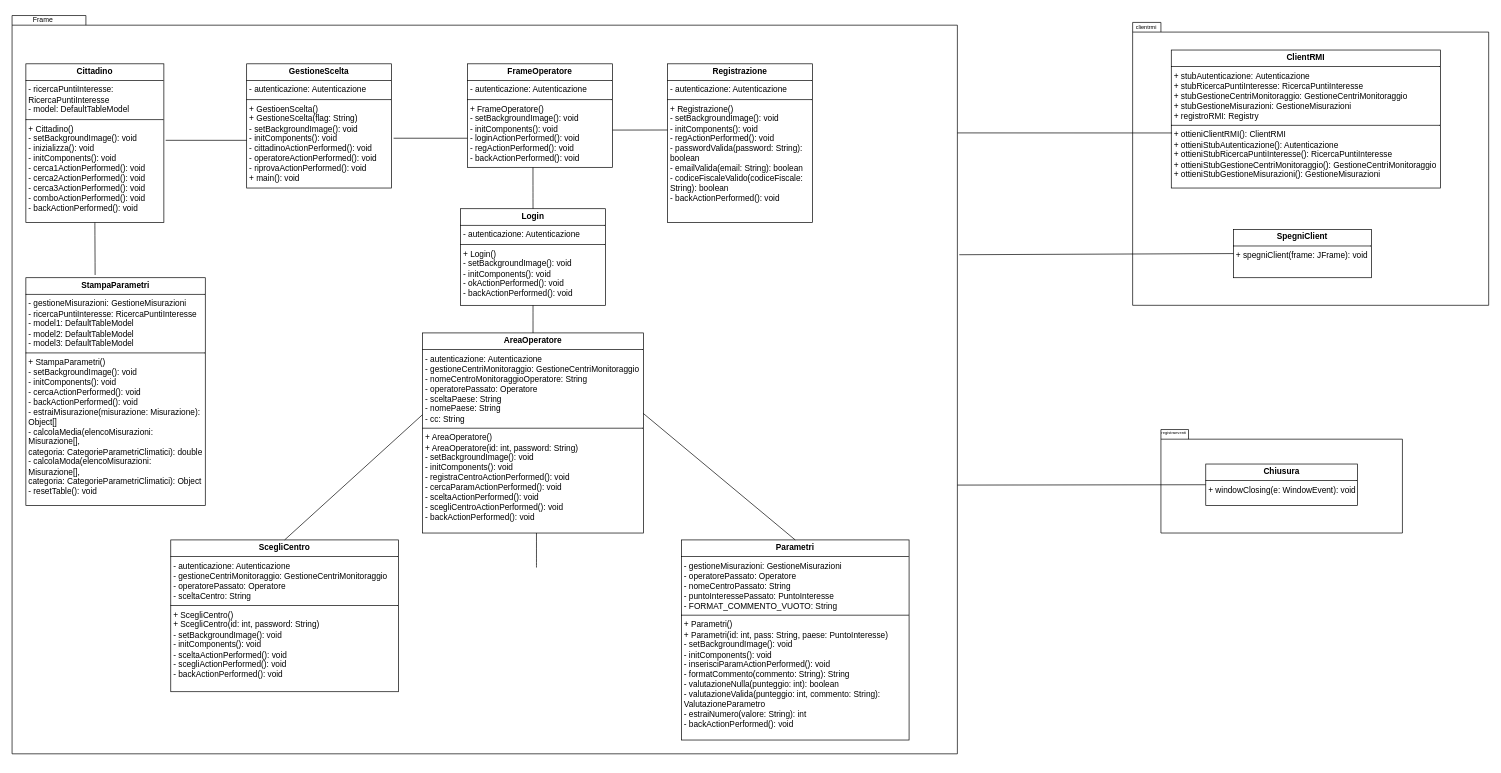
riccardomassini/ClimateMonitoring keeps this draw.io diagram as doc/UML/client/class_diagram_completo.drawio. Above is the earlier version. Source tidied: cells renumbered, new cells numbered last; positions are measured from the earlier drawing's top-left corner, leaving out a move shared by most shapes. Both pictures are drawn from the tidied source at 69%, with x=0, y=0 at pixel (12, 12).
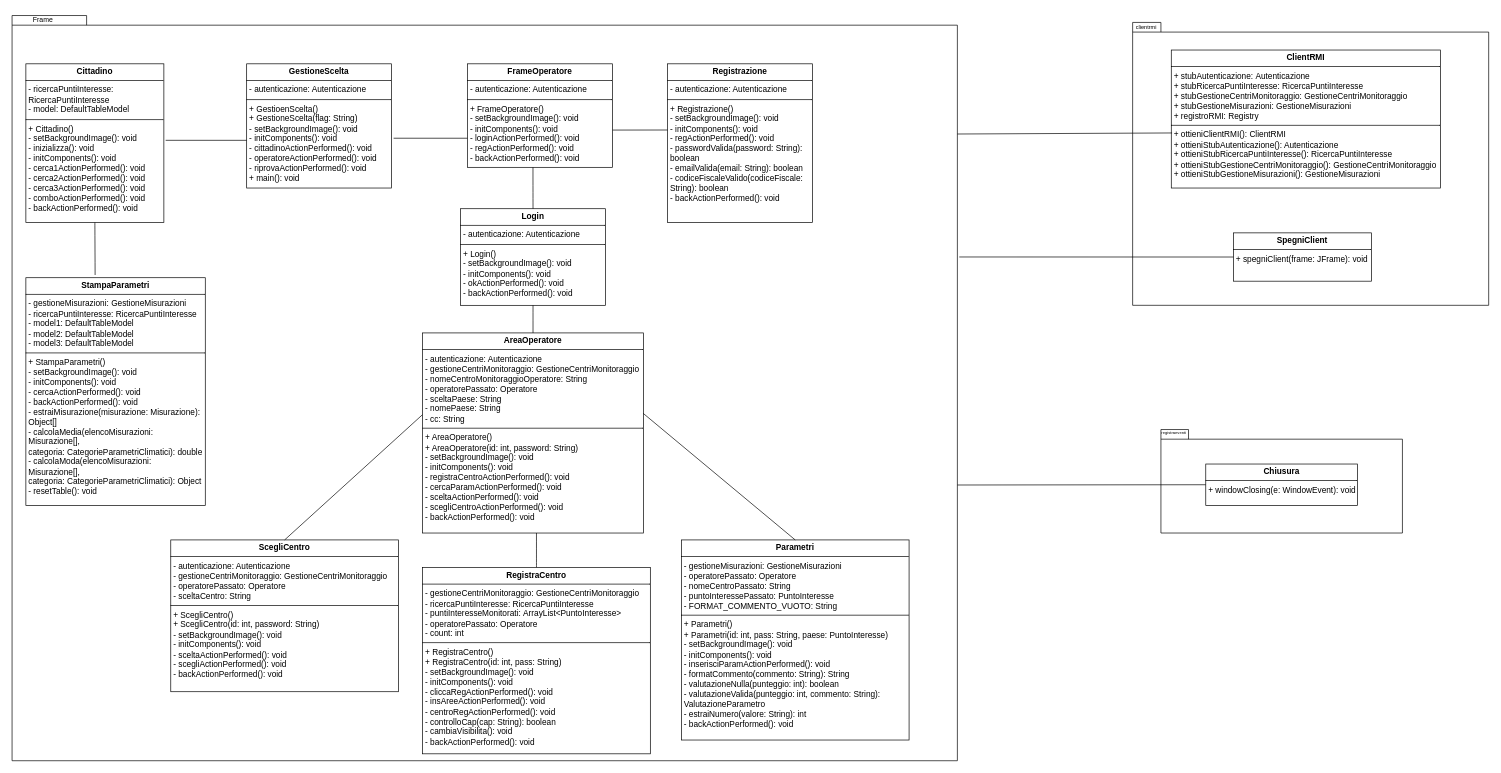
The same page after the edit.

Unchanged cells that the change refers to:
```xml
<mxCell id="9" value="&lt;p style=&quot;margin:0px;margin-top:4px;text-align:center;&quot;&gt;&lt;b&gt;Chiusura&lt;/b&gt;&lt;/p&gt;&lt;hr size=&quot;1&quot; style=&quot;border-style:solid;&quot;&gt;&lt;p style=&quot;margin:0px;margin-left:4px;&quot;&gt;+&amp;nbsp;windowClosing(e: WindowEvent): void&lt;/p&gt;" style="verticalAlign=top;align=left;overflow=fill;html=1;whiteSpace=wrap;" parent="1" vertex="1">
  <mxGeometry x="1730" y="655" width="220" height="60" as="geometry" />
</mxCell>
```

What changed in the source:
```diff
@@
     <mxCell id="4" style="shape=folder;fontStyle=1;spacingTop=10;tabWidth=40;tabHeight=14;tabPosition=left;html=1;whiteSpace=wrap;" parent="1" vertex="1">
-      <mxGeometry y="5" width="1370" height="1070" as="geometry" />
+      <mxGeometry y="5" width="1370" height="1080" as="geometry" />
     </mxCell>
@@
     <mxCell id="7" value="&lt;p style=&quot;margin:0px;margin-top:4px;text-align:center;&quot;&gt;&lt;b&gt;SpegniClient&lt;/b&gt;&lt;/p&gt;&lt;hr size=&quot;1&quot; style=&quot;border-style:solid;&quot;&gt;&lt;p style=&quot;margin:0px;margin-left:4px;&quot;&gt;+&amp;nbsp;spegniClient(frame: JFrame): void&lt;/p&gt;" style="verticalAlign=top;align=left;overflow=fill;html=1;whiteSpace=wrap;" parent="1" vertex="1">
-      <mxGeometry x="1770" y="315" width="200" height="70" as="geometry" />
+      <mxGeometry x="1770" y="320" width="200" height="70" as="geometry" />
     </mxCell>
@@
-    <mxCell id="11" style="endArrow=none;html=1;rounded=0;entryX=0;entryY=0.5;entryDx=0;entryDy=0;exitX=1;exitY=0.636;exitDx=0;exitDy=0;exitPerimeter=0;" parent="1" edge="1" source="4" target="9">
+    <mxCell id="11" style="endArrow=none;html=1;rounded=0;entryX=0;entryY=0.5;entryDx=0;entryDy=0;exitX=1;exitY=0.63;exitDx=0;exitDy=0;exitPerimeter=0;" parent="1" edge="1" source="4" target="9">
       <mxGeometry relative="1" as="geometry" />
     </mxCell>
@@
+    <mxCell id="32" value="&lt;p style=&quot;margin:0px;margin-top:4px;text-align:center;&quot;&gt;&lt;b&gt;RegistraCentro&lt;/b&gt;&lt;/p&gt;&lt;hr size=&quot;1&quot; style=&quot;border-style:solid;&quot;&gt;&lt;p style=&quot;margin:0px;margin-left:4px;&quot;&gt;&lt;span style=&quot;background-color: initial;&quot;&gt;- gestioneCentriMonitoraggio:&amp;nbsp;GestioneCentriMonitoraggio&lt;/span&gt;&lt;/p&gt;&lt;p style=&quot;margin:0px;margin-left:4px;&quot;&gt;&lt;span style=&quot;background-color: initial;&quot;&gt;-&amp;nbsp;&lt;/span&gt;&lt;span style=&quot;background-color: initial;&quot;&gt;ricercaPuntiInteresse:&amp;nbsp;&lt;/span&gt;&lt;span style=&quot;background-color: initial;&quot;&gt;RicercaPuntiInteresse&lt;/span&gt;&lt;/p&gt;&lt;p style=&quot;margin:0px;margin-left:4px;&quot;&gt;&lt;span style=&quot;background-color: initial;&quot;&gt;-&amp;nbsp;&lt;/span&gt;&lt;span style=&quot;background-color: initial;&quot;&gt;puntiInteresseMonitorati:&amp;nbsp;&lt;/span&gt;&lt;span style=&quot;background-color: initial;&quot;&gt;ArrayList&amp;lt;PuntoInteresse&amp;gt;&lt;/span&gt;&lt;/p&gt;&lt;p style=&quot;margin:0px;margin-left:4px;&quot;&gt;&lt;span style=&quot;background-color: initial;&quot;&gt;-&amp;nbsp;&lt;/span&gt;&lt;span style=&quot;background-color: initial;&quot;&gt;operatorePassato: Operatore&lt;/span&gt;&lt;/p&gt;&lt;p style=&quot;margin:0px;margin-left:4px;&quot;&gt;&lt;span style=&quot;background-color: initial;&quot;&gt;- count: int&lt;/span&gt;&lt;/p&gt;&lt;hr size=&quot;1&quot; style=&quot;border-style:solid;&quot;&gt;&lt;p style=&quot;margin:0px;margin-left:4px;&quot;&gt;+ RegistraCentro()&lt;/p&gt;&lt;p style=&quot;margin:0px;margin-left:4px;&quot;&gt;+ RegistraCentro(id: int, pass: String)&lt;/p&gt;&lt;p style=&quot;margin:0px;margin-left:4px;&quot;&gt;- setBackgroundImage&lt;span style=&quot;background-color: initial;&quot;&gt;(): void&lt;/span&gt;&lt;/p&gt;&lt;p style=&quot;margin:0px;margin-left:4px;&quot;&gt;&lt;span style=&quot;background-color: initial;&quot;&gt;- initComponents(): void&lt;/span&gt;&lt;/p&gt;&lt;p style=&quot;margin:0px;margin-left:4px;&quot;&gt;- cliccaRegActionPerformed(): void&lt;/p&gt;&lt;p style=&quot;margin:0px;margin-left:4px;&quot;&gt;- insAreeActionPerformed(): void&lt;/p&gt;&lt;p style=&quot;margin:0px;margin-left:4px;&quot;&gt;- centroRegActionPerformed(): void&lt;/p&gt;&lt;p style=&quot;margin:0px;margin-left:4px;&quot;&gt;- controlloCap(cap: String): boolean&lt;/p&gt;&lt;p style=&quot;margin:0px;margin-left:4px;&quot;&gt;- cambiaVisibilita(): void&lt;/p&gt;&lt;p style=&quot;margin:0px;margin-left:4px;&quot;&gt;&lt;span style=&quot;background-color: initial;&quot;&gt;-&amp;nbsp;&lt;/span&gt;&lt;span style=&quot;background-color: initial;&quot;&gt;backActionPerformed(): void&lt;/span&gt;&lt;br&gt;&lt;/p&gt;" style="verticalAlign=top;align=left;overflow=fill;html=1;whiteSpace=wrap;" parent="1" vertex="1">
+      <mxGeometry x="595" y="805" width="330" height="270" as="geometry" />
+    </mxCell>
```
